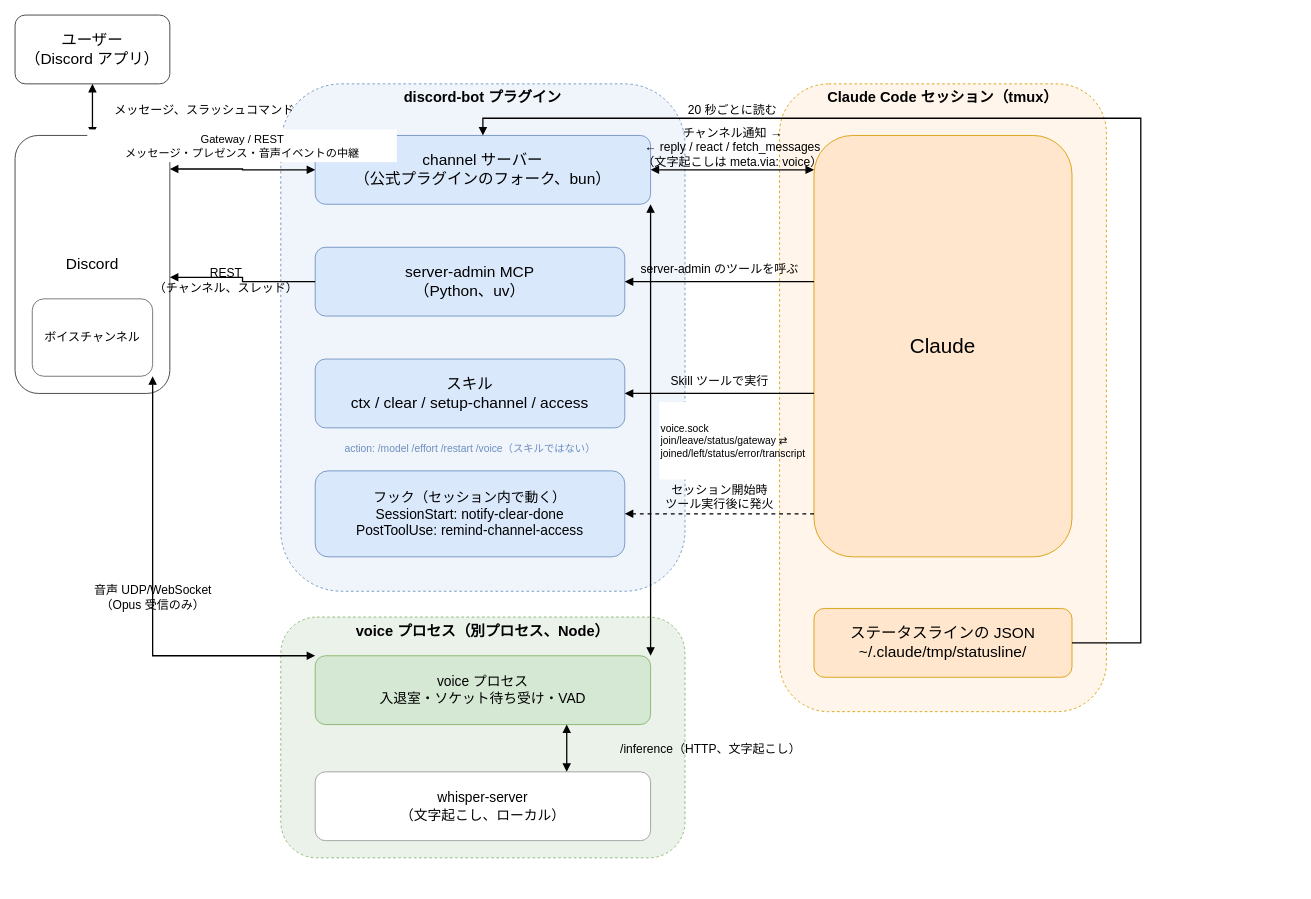
Earlier version of the draw.io diagram docs/diagrams/architecture.drawio (umitsu-tech/claude-code-discord-bot). Source tidied: cells renumbered, new cells numbered last; positions are measured from the earlier drawing's top-left corner, leaving out a move shared by most shapes. Both pictures are drawn from the tidied source at 86%, with x=0, y=0 at pixel (15, 15).
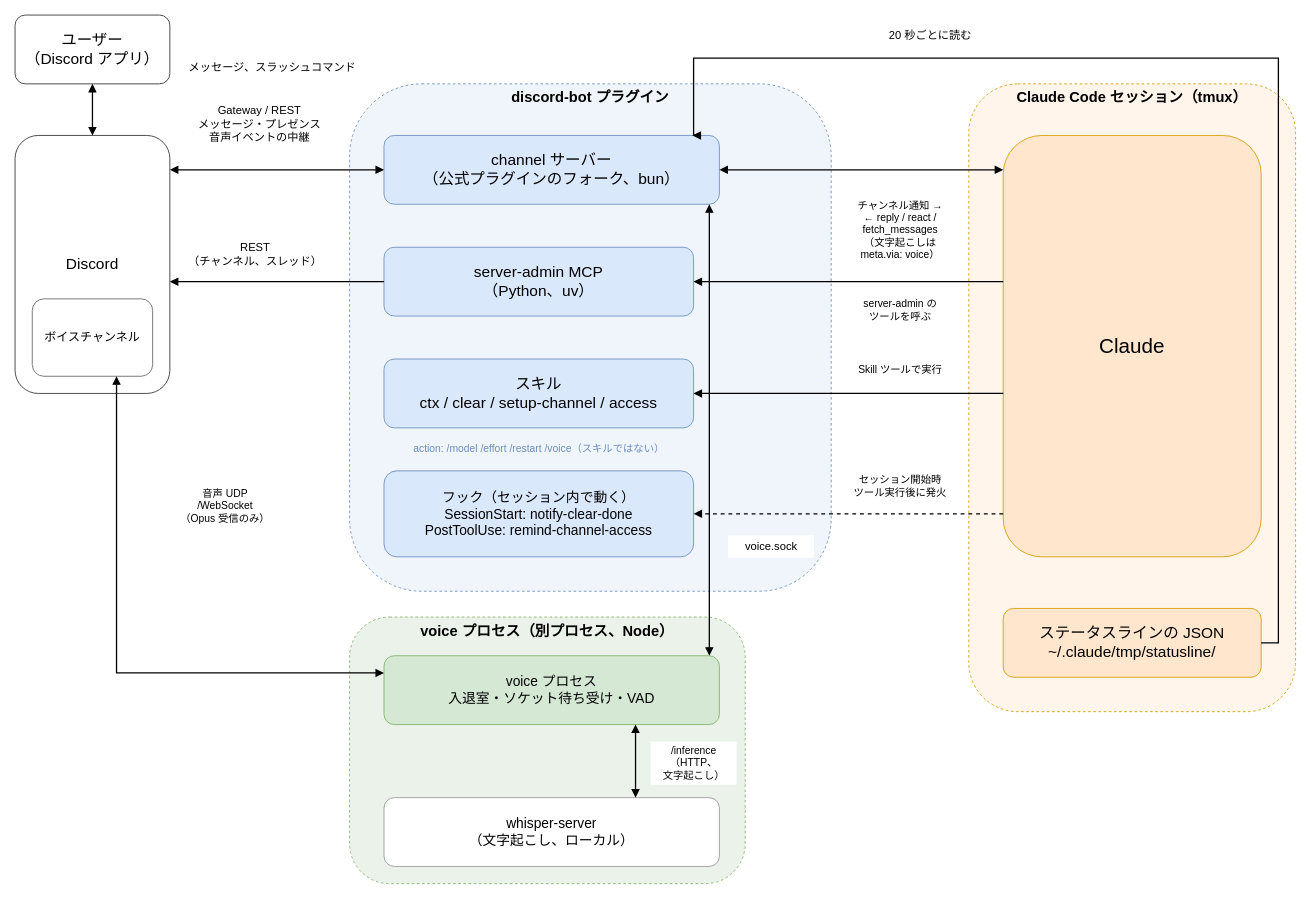
The same page after the edit.

Commit message (it also covers changes not shown here):
構成図の矢印を箱に垂直に出入りさせ、ラベルを線・枠線から離す (#80)

Unchanged cells that the change refers to:
```xml
<mxCell id="2" value="&lt;font style=&quot;font-size: 18px;&quot;&gt;ユーザー&lt;br&gt;（Discord アプリ）&lt;/font&gt;" style="rounded=1;whiteSpace=wrap;html=1;fillColor=#FFFFFF;strokeColor=#333333;fontSize=16;" parent="1" vertex="1">
  <mxGeometry width="180" height="80" as="geometry" />
</mxCell>
<mxCell id="3" value="&lt;font style=&quot;font-size: 18px;&quot;&gt;Discord&lt;/font&gt;" style="rounded=1;whiteSpace=wrap;html=1;fillColor=#FFFFFF;strokeColor=#333333;fontSize=16;" parent="1" vertex="1">
  <mxGeometry y="140" width="180" height="300" as="geometry" />
</mxCell>
<mxCell id="4" value="ボイスチャンネル" style="rounded=1;whiteSpace=wrap;html=1;fillColor=#FFFFFF;strokeColor=#666666;fontSize=14;" parent="1" vertex="1">
  <mxGeometry x="20" y="330" width="140" height="90" as="geometry" />
</mxCell>
```

The edit, as a diff of the source:
```diff
@@
     <mxCell id="5" value="discord-bot プラグイン" style="rounded=1;whiteSpace=wrap;html=1;fillColor=#F0F5FB;strokeColor=#6C8EBF;dashed=1;verticalAlign=top;fontStyle=1;fontSize=17;" parent="1" vertex="1">
-      <mxGeometry x="309" y="80" width="470" height="590" as="geometry" />
+      <mxGeometry x="389" y="80" width="560" height="590" as="geometry" />
     </mxCell>
     <mxCell id="6" value="&lt;font style=&quot;font-size: 18px;&quot;&gt;channel サーバー&lt;br&gt;（公式プラグインのフォーク、bun）&lt;/font&gt;" style="rounded=1;whiteSpace=wrap;html=1;fillColor=#DAE8FC;strokeColor=#6C8EBF;fontSize=16;" parent="1" vertex="1">
-      <mxGeometry x="349" y="140" width="390" height="80" as="geometry" />
+      <mxGeometry x="429" y="140" width="390" height="80" as="geometry" />
     </mxCell>
     <mxCell id="7" value="&lt;font style=&quot;font-size: 18px;&quot;&gt;server-admin MCP&lt;br&gt;（Python、uv）&lt;/font&gt;" style="rounded=1;whiteSpace=wrap;html=1;fillColor=#DAE8FC;strokeColor=#6C8EBF;fontSize=16;" parent="1" vertex="1">
-      <mxGeometry x="349" y="270" width="360" height="80" as="geometry" />
+      <mxGeometry x="429" y="270" width="360" height="80" as="geometry" />
     </mxCell>
     <mxCell id="8" value="&lt;font style=&quot;font-size: 18px;&quot;&gt;スキル&lt;br&gt;ctx / clear / setup-channel / access&lt;/font&gt;" style="rounded=1;whiteSpace=wrap;html=1;fillColor=#DAE8FC;strokeColor=#6C8EBF;fontSize=16;" parent="1" vertex="1">
-      <mxGeometry x="349" y="400" width="360" height="80" as="geometry" />
+      <mxGeometry x="429" y="400" width="360" height="80" as="geometry" />
     </mxCell>
     <mxCell id="9" value="action: /model /effort /restart /voice（スキルではない）" style="text;html=1;fontSize=12;align=center;verticalAlign=middle;fontColor=#6C8EBF;" parent="1" vertex="1">
-      <mxGeometry x="349" y="486" width="360" height="38" as="geometry" />
+      <mxGeometry x="429" y="486" width="360" height="38" as="geometry" />
     </mxCell>
     <mxCell id="10" value="フック（セッション内で動く）&lt;br&gt;SessionStart: notify-clear-done&lt;br&gt;PostToolUse: remind-channel-access" style="rounded=1;whiteSpace=wrap;html=1;fillColor=#DAE8FC;strokeColor=#6C8EBF;fontSize=16;" parent="1" vertex="1">
-      <mxGeometry x="349" y="530" width="360" height="100" as="geometry" />
+      <mxGeometry x="429" y="530" width="360" height="100" as="geometry" />
     </mxCell>
     <mxCell id="11" value="voice プロセス（別プロセス、Node）" style="rounded=1;whiteSpace=wrap;html=1;fillColor=#EAF2EA;strokeColor=#82B366;dashed=1;verticalAlign=top;fontStyle=1;fontSize=17;" parent="1" vertex="1">
-      <mxGeometry x="309" y="700" width="470" height="280" as="geometry" />
+      <mxGeometry x="389" y="700" width="460" height="310" as="geometry" />
     </mxCell>
     <mxCell id="12" value="voice プロセス&lt;br&gt;入退室・ソケット待ち受け・VAD" style="rounded=1;whiteSpace=wrap;html=1;fillColor=#D5E8D4;strokeColor=#82B366;fontSize=16;" parent="1" vertex="1">
-      <mxGeometry x="349" y="745" width="390" height="80" as="geometry" />
+      <mxGeometry x="429" y="745" width="390" height="80" as="geometry" />
     </mxCell>
     <mxCell id="13" value="whisper-server&lt;br&gt;（文字起こし、ローカル）" style="rounded=1;whiteSpace=wrap;html=1;fillColor=#FFFFFF;strokeColor=#999999;fontSize=16;" parent="1" vertex="1">
-      <mxGeometry x="349" y="880" width="390" height="80" as="geometry" />
+      <mxGeometry x="429" y="910" width="390" height="80" as="geometry" />
     </mxCell>
     <mxCell id="14" value="Claude Code セッション（tmux）" style="rounded=1;whiteSpace=wrap;html=1;fillColor=#FFF5EB;strokeColor=#D79B00;dashed=1;verticalAlign=top;fontStyle=1;fontSize=17;" parent="1" vertex="1">
-      <mxGeometry x="889" y="80" width="380" height="730" as="geometry" />
+      <mxGeometry x="1109" y="80" width="380" height="730" as="geometry" />
     </mxCell>
     <mxCell id="15" value="&lt;font style=&quot;font-size: 24px;&quot;&gt;Claude&lt;/font&gt;" style="rounded=1;whiteSpace=wrap;html=1;fillColor=#FFE6CC;strokeColor=#D79B00;fontSize=16;" parent="1" vertex="1">
-      <mxGeometry x="929" y="140" width="300" height="490" as="geometry" />
+      <mxGeometry x="1149" y="140" width="300" height="490" as="geometry" />
     </mxCell>
     <mxCell id="16" value="&lt;font style=&quot;font-size: 18px;&quot;&gt;ステータスラインの JSON&lt;br&gt;~/.claude/tmp/statusline/&lt;/font&gt;" style="rounded=1;whiteSpace=wrap;html=1;fillColor=#FFE6CC;strokeColor=#D79B00;fontSize=16;" parent="1" vertex="1">
-      <mxGeometry x="929" y="690" width="300" height="80" as="geometry" />
+      <mxGeometry x="1149" y="690" width="300" height="80" as="geometry" />
     </mxCell>
-    <mxCell id="17" value="メッセージ、スラッシュコマンド" style="edgeStyle=orthogonalEdgeStyle;rounded=0;html=1;fontSize=14;endArrow=block;endFill=1;strokeWidth=1.5;startArrow=block;startFill=1;exitX=0.5;exitY=1;entryX=0.5;entryY=0;labelBackgroundColor=none;" parent="1" edge="1" source="2" target="3">
-      <mxGeometry relative="1" as="geometry">
-        <mxPoint x="130" as="offset" />
-      </mxGeometry>
+    <mxCell id="17" style="edgeStyle=orthogonalEdgeStyle;rounded=0;html=1;fontSize=14;endArrow=block;endFill=1;strokeWidth=1.5;startArrow=block;startFill=1;exitX=0.5;exitY=1;entryX=0.5;entryY=0;" parent="1" edge="1" source="2" target="3">
+      <mxGeometry relative="1" as="geometry" />
     </mxCell>
+    <mxCell id="30" value="メッセージ、スラッシュコマンド" style="rounded=0;whiteSpace=nowrap;html=1;fillColor=#ffffff;strokeColor=none;fontSize=13;align=center;verticalAlign=middle;" parent="1" vertex="1">
+      <mxGeometry x="184" y="48" width="230" height="26" as="geometry" />
+    </mxCell>
-    <mxCell id="18" style="edgeStyle=orthogonalEdgeStyle;rounded=0;html=1;fontSize=14;endArrow=block;endFill=1;strokeWidth=1.5;startArrow=block;startFill=1;exitX=1;exitY=0.13;entryX=0;entryY=0.5;labelBackgroundColor=#ffffff;" parent="1" edge="1" source="3" target="6">
+    <mxCell id="18" style="edgeStyle=orthogonalEdgeStyle;rounded=0;html=1;fontSize=14;endArrow=block;endFill=1;strokeWidth=1.5;startArrow=block;startFill=1;exitX=1;exitY=0.1333;entryX=0;entryY=0.5;" parent="1" edge="1" source="3" target="6">
       <mxGeometry relative="1" as="geometry" />
     </mxCell>
-    <mxCell id="19" value="Gateway / REST&lt;br&gt;メッセージ・プレゼンス・音声イベントの中継" style="rounded=0;whiteSpace=nowrap;html=1;fillColor=#ffffff;strokeColor=none;fontSize=13;align=center;verticalAlign=middle;" parent="1" vertex="1">
-      <mxGeometry x="84" y="133" width="360" height="38" as="geometry" />
+    <mxCell id="19" value="Gateway / REST&lt;br&gt;メッセージ・プレゼンス&lt;br&gt;音声イベントの中継" style="rounded=0;whiteSpace=nowrap;html=1;fillColor=#ffffff;strokeColor=none;fontSize=13;align=center;verticalAlign=middle;" parent="1" vertex="1">
+      <mxGeometry x="189" y="100" width="190" height="54" as="geometry" />
     </mxCell>
-    <mxCell id="20" value="REST&lt;div&gt;（チャンネル、スレッド）&lt;/div&gt;" style="edgeStyle=orthogonalEdgeStyle;rounded=0;html=1;fontSize=14;endArrow=block;endFill=1;strokeWidth=1.5;exitX=0;exitY=0.5;entryX=1;entryY=0.55;labelBackgroundColor=none;" parent="1" edge="1" source="7" target="3">
-      <mxGeometry y="20" relative="1" as="geometry" />
+    <mxCell id="20" style="edgeStyle=orthogonalEdgeStyle;rounded=0;html=1;fontSize=14;endArrow=block;endFill=1;strokeWidth=1.5;exitX=0;exitY=0.5;entryX=1;entryY=0.5667;" parent="1" edge="1" source="7" target="3">
+      <mxGeometry relative="1" as="geometry" />
     </mxCell>
+    <mxCell id="31" value="REST&lt;br&gt;（チャンネル、スレッド）" style="rounded=0;whiteSpace=nowrap;html=1;fillColor=#ffffff;strokeColor=none;fontSize=13;align=center;verticalAlign=middle;" parent="1" vertex="1">
+      <mxGeometry x="194" y="258" width="170" height="40" as="geometry" />
+    </mxCell>
-    <mxCell id="21" value="チャンネル通知 →&lt;br&gt;← reply / react / fetch_messages&lt;br&gt;（文字起こしは meta.via: voice）" style="edgeStyle=orthogonalEdgeStyle;rounded=0;html=1;fontSize=14;endArrow=block;endFill=1;strokeWidth=1.5;startArrow=block;startFill=1;exitX=1;exitY=0.5;entryX=0;entryY=0.0816;labelBackgroundColor=none;" parent="1" edge="1" source="6" target="15">
-      <mxGeometry relative="1" as="geometry">
-        <mxPoint y="-26" as="offset" />
-      </mxGeometry>
+    <mxCell id="21" style="edgeStyle=orthogonalEdgeStyle;rounded=0;html=1;fontSize=14;endArrow=block;endFill=1;strokeWidth=1.5;startArrow=block;startFill=1;exitX=1;exitY=0.5;entryX=0;entryY=0.0816;" parent="1" edge="1" source="6" target="15">
+      <mxGeometry relative="1" as="geometry" />
     </mxCell>
+    <mxCell id="32" value="チャンネル通知 →&lt;br&gt;← reply / react /&lt;br&gt;fetch_messages&lt;br&gt;（文字起こしは&lt;br&gt;meta.via: voice）" style="rounded=0;whiteSpace=nowrap;html=1;fillColor=#ffffff;strokeColor=none;fontSize=12;align=center;verticalAlign=middle;" parent="1" vertex="1">
+      <mxGeometry x="959" y="195" width="140" height="110" as="geometry" />
+    </mxCell>
-    <mxCell id="22" value="server-admin のツールを呼ぶ" style="edgeStyle=orthogonalEdgeStyle;rounded=0;html=1;fontSize=14;endArrow=block;endFill=1;strokeWidth=1.5;exitX=0;exitY=0.347;entryX=1;entryY=0.5;labelBackgroundColor=none;" parent="1" edge="1" source="15" target="7">
-      <mxGeometry relative="1" as="geometry">
-        <mxPoint y="-14" as="offset" />
-      </mxGeometry>
+    <mxCell id="22" style="edgeStyle=orthogonalEdgeStyle;rounded=0;html=1;fontSize=14;endArrow=block;endFill=1;strokeWidth=1.5;exitX=0;exitY=0.3469;entryX=1;entryY=0.5;" parent="1" edge="1" source="15" target="7">
+      <mxGeometry relative="1" as="geometry" />
     </mxCell>
+    <mxCell id="33" value="server-admin の&lt;br&gt;ツールを呼ぶ" style="rounded=0;whiteSpace=nowrap;html=1;fillColor=#ffffff;strokeColor=none;fontSize=12;align=center;verticalAlign=middle;" parent="1" vertex="1">
+      <mxGeometry x="959" y="322" width="140" height="42" as="geometry" />
+    </mxCell>
-    <mxCell id="23" value="Skill ツールで実行" style="edgeStyle=orthogonalEdgeStyle;rounded=0;html=1;fontSize=14;endArrow=block;endFill=1;strokeWidth=1.5;exitX=0;exitY=0.612;entryX=1;entryY=0.5;labelBackgroundColor=none;" parent="1" edge="1" source="15" target="8">
-      <mxGeometry relative="1" as="geometry">
-        <mxPoint y="-14" as="offset" />
-      </mxGeometry>
+    <mxCell id="23" style="edgeStyle=orthogonalEdgeStyle;rounded=0;html=1;fontSize=14;endArrow=block;endFill=1;strokeWidth=1.5;exitX=0;exitY=0.6122;entryX=1;entryY=0.5;" parent="1" edge="1" source="15" target="8">
+      <mxGeometry relative="1" as="geometry" />
     </mxCell>
+    <mxCell id="34" value="Skill ツールで実行" style="rounded=0;whiteSpace=nowrap;html=1;fillColor=#ffffff;strokeColor=none;fontSize=12;align=center;verticalAlign=middle;" parent="1" vertex="1">
+      <mxGeometry x="959" y="400" width="140" height="26" as="geometry" />
+    </mxCell>
-    <mxCell id="24" value="&lt;span&gt;セッション開始時&lt;/span&gt;&lt;div&gt;&lt;span&gt;ツール実行後に発火&lt;/span&gt;&lt;/div&gt;" style="edgeStyle=orthogonalEdgeStyle;rounded=0;html=1;fontSize=14;endArrow=block;endFill=1;strokeWidth=1.5;dashed=1;exitX=0;exitY=0.898;entryX=1;entryY=0.5;labelBackgroundColor=none;" parent="1" edge="1" source="15" target="10">
-      <mxGeometry y="-20" relative="1" as="geometry" />
+    <mxCell id="24" style="edgeStyle=orthogonalEdgeStyle;rounded=0;html=1;fontSize=14;endArrow=block;endFill=1;strokeWidth=1.5;dashed=1;exitX=0;exitY=0.898;entryX=1;entryY=0.5;" parent="1" edge="1" source="15" target="10">
+      <mxGeometry relative="1" as="geometry" />
     </mxCell>
+    <mxCell id="35" value="セッション開始時&lt;br&gt;ツール実行後に発火" style="rounded=0;whiteSpace=nowrap;html=1;fillColor=#ffffff;strokeColor=none;fontSize=12;align=center;verticalAlign=middle;" parent="1" vertex="1">
+      <mxGeometry x="959" y="528" width="140" height="40" as="geometry" />
+    </mxCell>
-    <mxCell id="25" value="20 秒ごとに読む" style="edgeStyle=orthogonalEdgeStyle;rounded=0;html=1;fontSize=14;endArrow=block;endFill=1;strokeWidth=1.5;exitX=1;exitY=0.5;exitDx=0;exitDy=0;entryX=0.5;entryY=0;entryDx=0;entryDy=0;labelBackgroundColor=none;" parent="1" edge="1" source="16" target="6">
-      <mxGeometry x="0.58" y="-10" relative="1" as="geometry">
+    <mxCell id="25" style="edgeStyle=orthogonalEdgeStyle;rounded=0;html=1;fontSize=14;endArrow=block;endFill=1;strokeWidth=1.5;exitX=1;exitY=0.5;entryX=0.92;entryY=0;" parent="1" edge="1" source="16" target="6">
+      <mxGeometry relative="1" as="geometry">
         <Array as="points">
-          <mxPoint x="1309" y="730" />
-          <mxPoint x="1309" y="120" />
-          <mxPoint x="544" y="120" />
+          <mxPoint x="1469" y="730" />
+          <mxPoint x="1469" y="50" />
+          <mxPoint x="789" y="50" />
         </Array>
       </mxGeometry>
     </mxCell>
+    <mxCell id="36" value="20 秒ごとに読む" style="rounded=0;whiteSpace=nowrap;html=1;fillColor=#ffffff;strokeColor=none;fontSize=13;align=center;verticalAlign=middle;" parent="1" vertex="1">
+      <mxGeometry x="989" y="10" width="150" height="26" as="geometry" />
+    </mxCell>
-    <mxCell id="26" style="edgeStyle=orthogonalEdgeStyle;rounded=0;html=1;fontSize=14;endArrow=block;endFill=1;strokeWidth=1.5;startArrow=block;startFill=1;exitX=1;exitY=1;entryX=1;entryY=0;labelBackgroundColor=#ffffff;" parent="1" edge="1" source="6" target="12">
+    <mxCell id="26" style="edgeStyle=orthogonalEdgeStyle;rounded=0;html=1;fontSize=14;endArrow=block;endFill=1;strokeWidth=1.5;startArrow=block;startFill=1;exitX=0.97;exitY=1;entryX=0.97;entryY=0;" parent="1" edge="1" source="6" target="12">
       <mxGeometry relative="1" as="geometry" />
     </mxCell>
-    <mxCell id="27" value="voice.sock&lt;br&gt;join/leave/status/gateway ⇄&lt;br&gt;joined/left/status/error/transcript" style="rounded=0;whiteSpace=wrap;html=1;fillColor=#ffffff;strokeColor=none;fontSize=12;align=left;verticalAlign=middle;" parent="1" vertex="1">
-      <mxGeometry x="749" y="450" width="130" height="90" as="geometry" />
+    <mxCell id="27" value="voice.sock" style="rounded=0;whiteSpace=nowrap;html=1;fillColor=#ffffff;strokeColor=none;fontSize=13;align=center;verticalAlign=middle;" parent="1" vertex="1">
+      <mxGeometry x="829" y="605" width="100" height="26" as="geometry" />
     </mxCell>
-    <mxCell id="28" value="音声 UDP/WebSocket&lt;br&gt;（Opus 受信のみ）" style="edgeStyle=orthogonalEdgeStyle;rounded=0;html=1;fontSize=14;endArrow=block;endFill=1;strokeWidth=1.5;startArrow=block;startFill=1;exitX=0;exitY=0;entryX=1;entryY=1;labelBackgroundColor=none;" parent="1" edge="1" source="12" target="4">
+    <mxCell id="28" style="edgeStyle=orthogonalEdgeStyle;rounded=0;html=1;fontSize=14;endArrow=block;endFill=1;strokeWidth=1.5;startArrow=block;startFill=1;exitX=0;exitY=0.25;entryX=0.7;entryY=1;" parent="1" edge="1" source="12" target="4">
       <mxGeometry relative="1" as="geometry">
         <Array as="points">
-          <mxPoint x="160" y="745" />
+          <mxPoint x="118" y="765" />
         </Array>
       </mxGeometry>
     </mxCell>
+    <mxCell id="37" value="音声 UDP&lt;br&gt;/WebSocket&lt;br&gt;（Opus 受信のみ）" style="rounded=0;whiteSpace=nowrap;html=1;fillColor=#ffffff;strokeColor=none;fontSize=12;align=center;verticalAlign=middle;" parent="1" vertex="1">
+      <mxGeometry x="189" y="540" width="110" height="62" as="geometry" />
+    </mxCell>
-    <mxCell id="29" value="/inference（HTTP、文字起こし）" style="edgeStyle=orthogonalEdgeStyle;rounded=0;html=1;fontSize=14;endArrow=block;endFill=1;strokeWidth=1.5;startArrow=block;startFill=1;exitX=0.75;exitY=1;entryX=0.75;entryY=0;labelBackgroundColor=none;align=left;" parent="1" edge="1" source="12" target="13">
-      <mxGeometry relative="1" as="geometry">
-        <mxPoint x="60" as="offset" />
-      </mxGeometry>
+    <mxCell id="29" style="edgeStyle=orthogonalEdgeStyle;rounded=0;html=1;fontSize=14;endArrow=block;endFill=1;strokeWidth=1.5;startArrow=block;startFill=1;exitX=0.75;exitY=1;entryX=0.75;entryY=0;" parent="1" edge="1" source="12" target="13">
+      <mxGeometry relative="1" as="geometry" />
     </mxCell>
+    <mxCell id="38" value="/inference&lt;br&gt;（HTTP、&lt;br&gt;文字起こし）" style="rounded=0;whiteSpace=nowrap;html=1;fillColor=#ffffff;strokeColor=none;fontSize=12;align=center;verticalAlign=middle;" parent="1" vertex="1">
+      <mxGeometry x="739" y="845" width="100" height="50" as="geometry" />
+    </mxCell>
```
